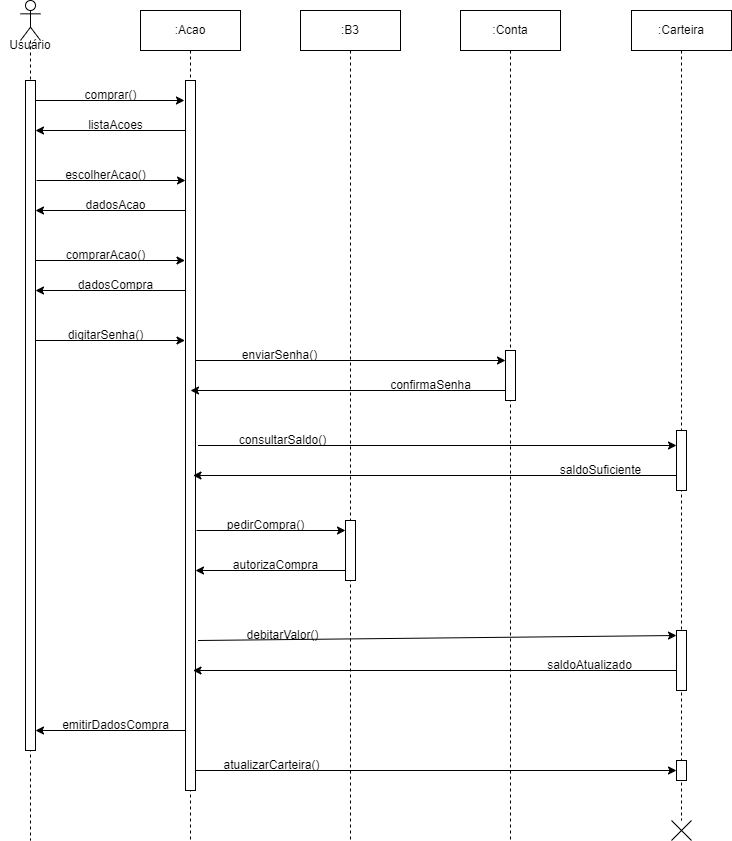
Above: diagrama_sequencia_comprar_acao.png in ThePlano/Projeto-CC5511---ENGENHARIA-DE-SOFTWARE (draw.io), before the change. Source tidied: cells renumbered, new cells last; positions are measured from the earlier drawing's top-left corner, leaving out a move shared by most shapes.
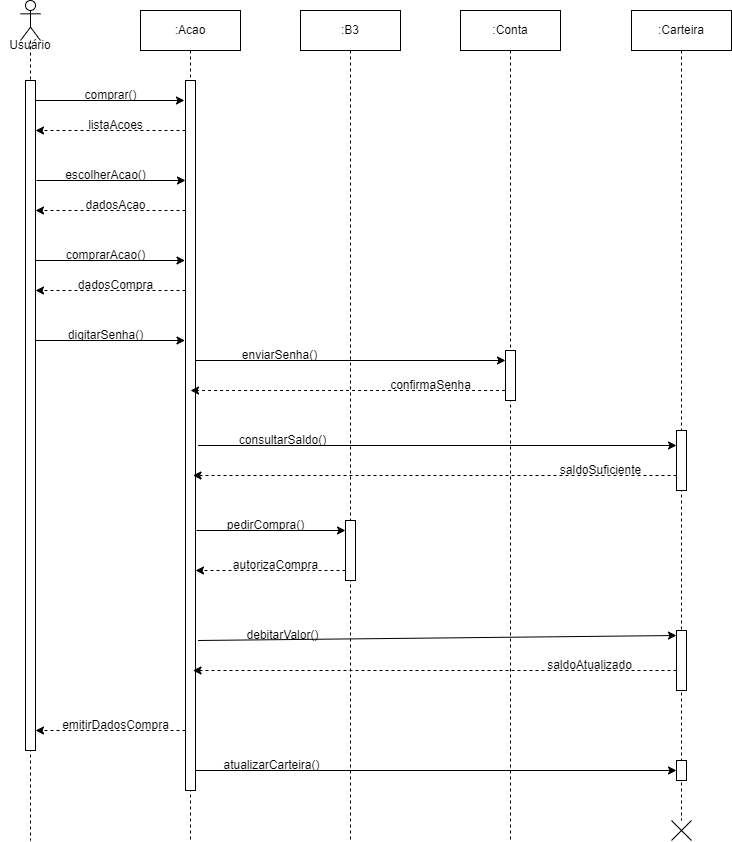
The same diagram one commit later.

What changed in the source:
```diff
@@ -32,7 +32,7 @@
     <mxCell id="10" value="comprar()" style="text;html=1;align=center;verticalAlign=middle;strokeColor=none;fillColor=none;" parent="1" vertex="1">
       <mxGeometry x="70" y="80" width="80" height="30" as="geometry" />
     </mxCell>
-    <mxCell id="11" style="endArrow=classic;html=1;rounded=0;" parent="1" edge="1">
+    <mxCell id="11" style="endArrow=classic;html=1;rounded=0;dashed=1;" parent="1" edge="1">
       <mxGeometry relative="1" as="geometry">
         <mxPoint x="185" y="130" as="sourcePoint" />
         <mxPoint x="35" y="130" as="targetPoint" />
@@ -50,7 +50,7 @@
     <mxCell id="14" value="escolherAcao()" style="text;html=1;align=center;verticalAlign=middle;strokeColor=none;fillColor=none;" parent="1" vertex="1">
       <mxGeometry x="55" y="160" width="100" height="30" as="geometry" />
     </mxCell>
-    <mxCell id="15" style="endArrow=classic;html=1;rounded=0;" parent="1" edge="1">
+    <mxCell id="15" style="endArrow=classic;html=1;rounded=0;dashed=1;" parent="1" edge="1">
       <mxGeometry relative="1" as="geometry">
         <mxPoint x="185" y="210" as="sourcePoint" />
         <mxPoint x="35" y="210" as="targetPoint" />
@@ -68,7 +68,7 @@
     <mxCell id="18" value="comprarAcao()" style="text;html=1;align=center;verticalAlign=middle;strokeColor=none;fillColor=none;" parent="1" vertex="1">
       <mxGeometry x="54.5" y="240" width="100" height="30" as="geometry" />
     </mxCell>
-    <mxCell id="19" style="endArrow=classic;html=1;rounded=0;" parent="1" edge="1">
+    <mxCell id="19" style="endArrow=classic;html=1;rounded=0;dashed=1;" parent="1" edge="1">
       <mxGeometry relative="1" as="geometry">
         <mxPoint x="185" y="290" as="sourcePoint" />
         <mxPoint x="35" y="290" as="targetPoint" />
@@ -86,7 +86,7 @@
     <mxCell id="22" value="digitarSenha()" style="text;html=1;align=center;verticalAlign=middle;strokeColor=none;fillColor=none;" parent="1" vertex="1">
       <mxGeometry x="54.5" y="320" width="100" height="30" as="geometry" />
     </mxCell>
-    <mxCell id="23" style="endArrow=classic;html=1;rounded=0;" parent="1" edge="1">
+    <mxCell id="23" style="endArrow=classic;html=1;rounded=0;dashed=1;" parent="1" edge="1">
       <mxGeometry relative="1" as="geometry">
         <mxPoint x="185" y="730" as="sourcePoint" />
         <mxPoint x="35" y="730" as="targetPoint" />
@@ -110,7 +110,7 @@
     <mxCell id="28" value="enviarSenha()" style="text;html=1;align=center;verticalAlign=middle;strokeColor=none;fillColor=none;" parent="1" vertex="1">
       <mxGeometry x="229" y="340" width="100" height="30" as="geometry" />
     </mxCell>
-    <mxCell id="29" style="endArrow=classic;html=1;rounded=0;" parent="1" edge="1">
+    <mxCell id="29" style="endArrow=classic;html=1;rounded=0;dashed=1;" parent="1" edge="1">
       <mxGeometry relative="1" as="geometry">
         <mxPoint x="504.6" y="390" as="sourcePoint" />
         <mxPoint x="190" y="390" as="targetPoint" />
@@ -127,7 +127,7 @@
     <mxCell id="32" value="consultarSaldo()" style="text;html=1;align=center;verticalAlign=middle;strokeColor=none;fillColor=none;" parent="1" vertex="1">
       <mxGeometry x="226.5" y="425" width="110" height="30" as="geometry" />
     </mxCell>
-    <mxCell id="33" style="endArrow=classic;html=1;rounded=0;" parent="1" edge="1" source="46">
+    <mxCell id="33" style="endArrow=classic;html=1;rounded=0;dashed=1;" parent="1" edge="1" source="46">
       <mxGeometry relative="1" as="geometry">
         <mxPoint x="192.5" y="475" as="targetPoint" />
       </mxGeometry>
@@ -144,7 +144,7 @@
     <mxCell id="36" value="pedirCompra()" style="text;html=1;align=center;verticalAlign=middle;strokeColor=none;fillColor=none;" parent="1" vertex="1">
       <mxGeometry x="215" y="510" width="100" height="30" as="geometry" />
     </mxCell>
-    <mxCell id="37" style="endArrow=classic;html=1;rounded=0;" parent="1" edge="1">
+    <mxCell id="37" style="endArrow=classic;html=1;rounded=0;dashed=1;" parent="1" edge="1">
       <mxGeometry relative="1" as="geometry">
         <mxPoint x="345" y="570" as="sourcePoint" />
         <mxPoint x="195" y="570" as="targetPoint" />
@@ -161,7 +161,7 @@
     <mxCell id="40" value="debitarValor()" style="text;html=1;align=center;verticalAlign=middle;strokeColor=none;fillColor=none;" parent="1" vertex="1">
       <mxGeometry x="231.5" y="620" width="100" height="30" as="geometry" />
     </mxCell>
-    <mxCell id="41" style="endArrow=classic;html=1;rounded=0;" parent="1" edge="1" source="47">
+    <mxCell id="41" style="endArrow=classic;html=1;rounded=0;dashed=1;" parent="1" edge="1" source="47">
       <mxGeometry relative="1" as="geometry">
         <mxPoint x="192.5" y="670" as="targetPoint" />
       </mxGeometry>
```
